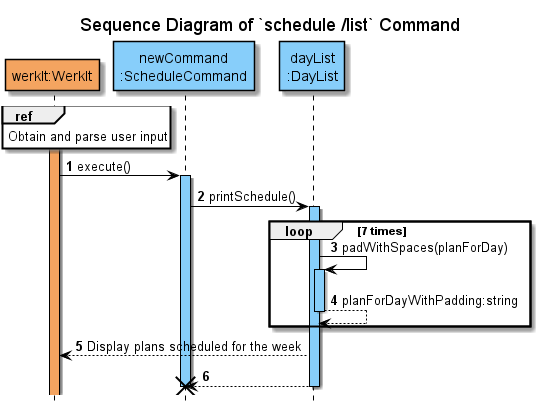
Above: docs/uml/sequenceDiagrams/schedule/images/listSchedule.png in nus-cs2113-AY2122S2/tp (PlantUML), before the change.
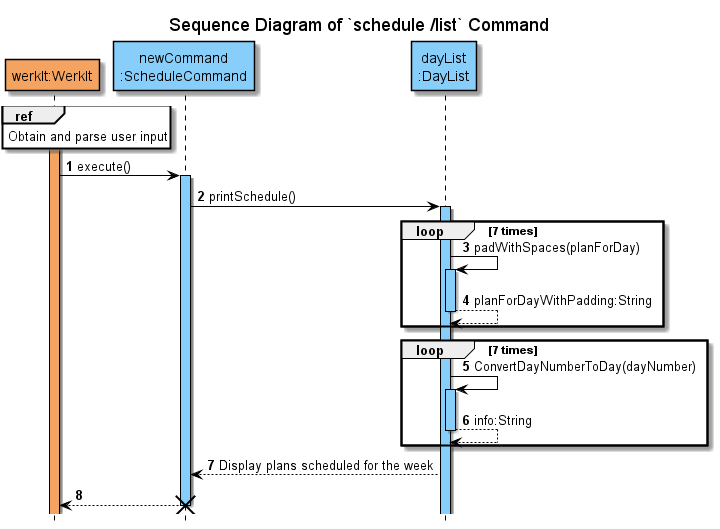
Above is the later version.

The edit, as a diff of the source:
```diff
@@ -22,13 +22,18 @@
 newCommand -> DayList : printSchedule()
 activate DayList COLOR_LOGIC
 loop 7 times
-
 DayList -> DayList : padWithSpaces(planForDay)
 activate DayList COLOR_LOGIC
-return planForDayWithPadding:string
+return planForDayWithPadding:String
+end
 
+loop 7 times
+DayList -> DayList : ConvertDayNumberToDay(dayNumber)
+activate DayList COLOR_LOGIC
+return info:String
 end
-WerkIt <-- DayList : Display plans scheduled for the week
-return
+
+newCommand <-- DayList : Display plans scheduled for the week
+newCommand --> WerkIt
 destroy newCommand
 @enduml
```
